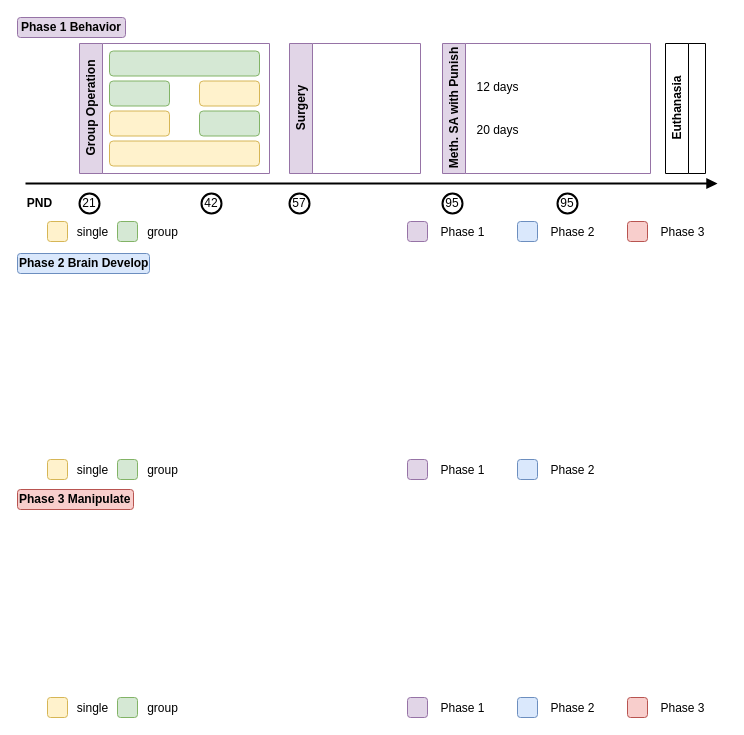
Above: Social_Isolation_Timeline.drawio in Ernest861/demo (draw.io), before the change. Source tidied: cells renumbered, new cells numbered last; positions are measured from the earlier drawing's top-left corner, leaving out a move shared by most shapes. Both pictures are drawn from the tidied source at 100%, with x=0, y=0 at pixel (17, 17). Pictures stored in the file or linked from it are replaced by grey dashed boxes.
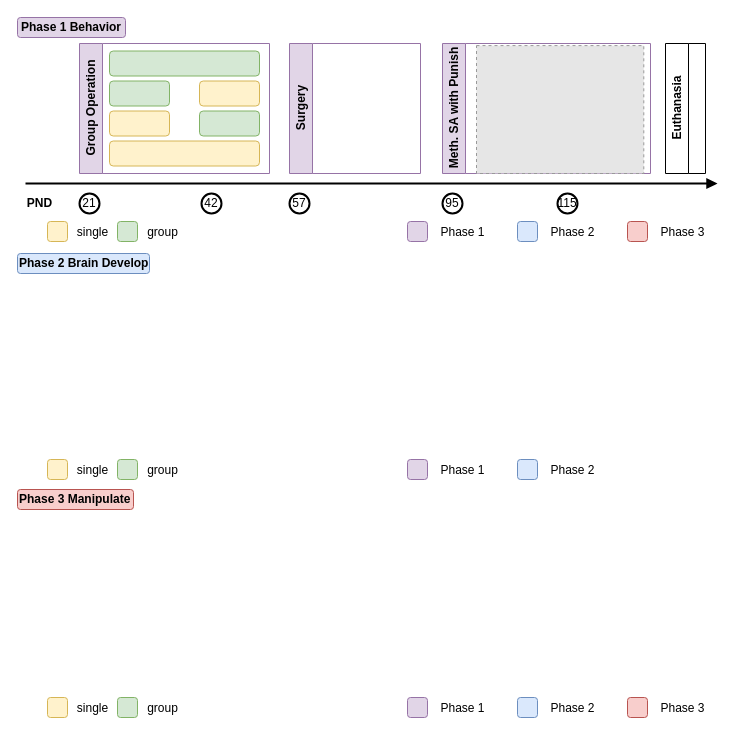
After the change.

Unchanged cells that the change refers to:
```xml
<mxCell id="13" value="Meth. SA with Punish" style="swimlane;horizontal=0;whiteSpace=wrap;html=1;fillColor=#e1d5e7;strokeColor=#9673a6;" parent="1" vertex="1">
  <mxGeometry x="425" y="26" width="208" height="130" as="geometry" />
</mxCell>
```

Change to the diagram source:
```diff
@@
-    <mxCell id="14" value="&lt;div&gt;12 days&lt;/div&gt;&lt;div&gt;&lt;br&gt;&lt;/div&gt;&lt;div&gt;&lt;br&gt;&lt;/div&gt;20 days" style="text;html=1;align=center;verticalAlign=middle;strokeColor=none;fillColor=none;" parent="13" vertex="1">
-      <mxGeometry x="20" y="30" width="70" height="70" as="geometry" />
-    </mxCell>
+    <mxCell id="51" style="fillColor=#E6E6E6;strokeColor=#999999;dashed=1;verticalLabelPosition=bottom;labelBackgroundColor=default;verticalAlign=top;" parent="13" vertex="1">
+      <mxGeometry x="34" y="2.1" width="167.3" height="127.9" as="geometry" />
+    </mxCell>
@@
-    <mxCell id="47" value="95" style="ellipse;whiteSpace=wrap;html=1;strokeWidth=2;" parent="1" vertex="1">
+    <mxCell id="47" value="115" style="ellipse;whiteSpace=wrap;html=1;strokeWidth=2;" parent="1" vertex="1">
       <mxGeometry x="540" y="176" width="20" height="20" as="geometry" />
     </mxCell>
```
